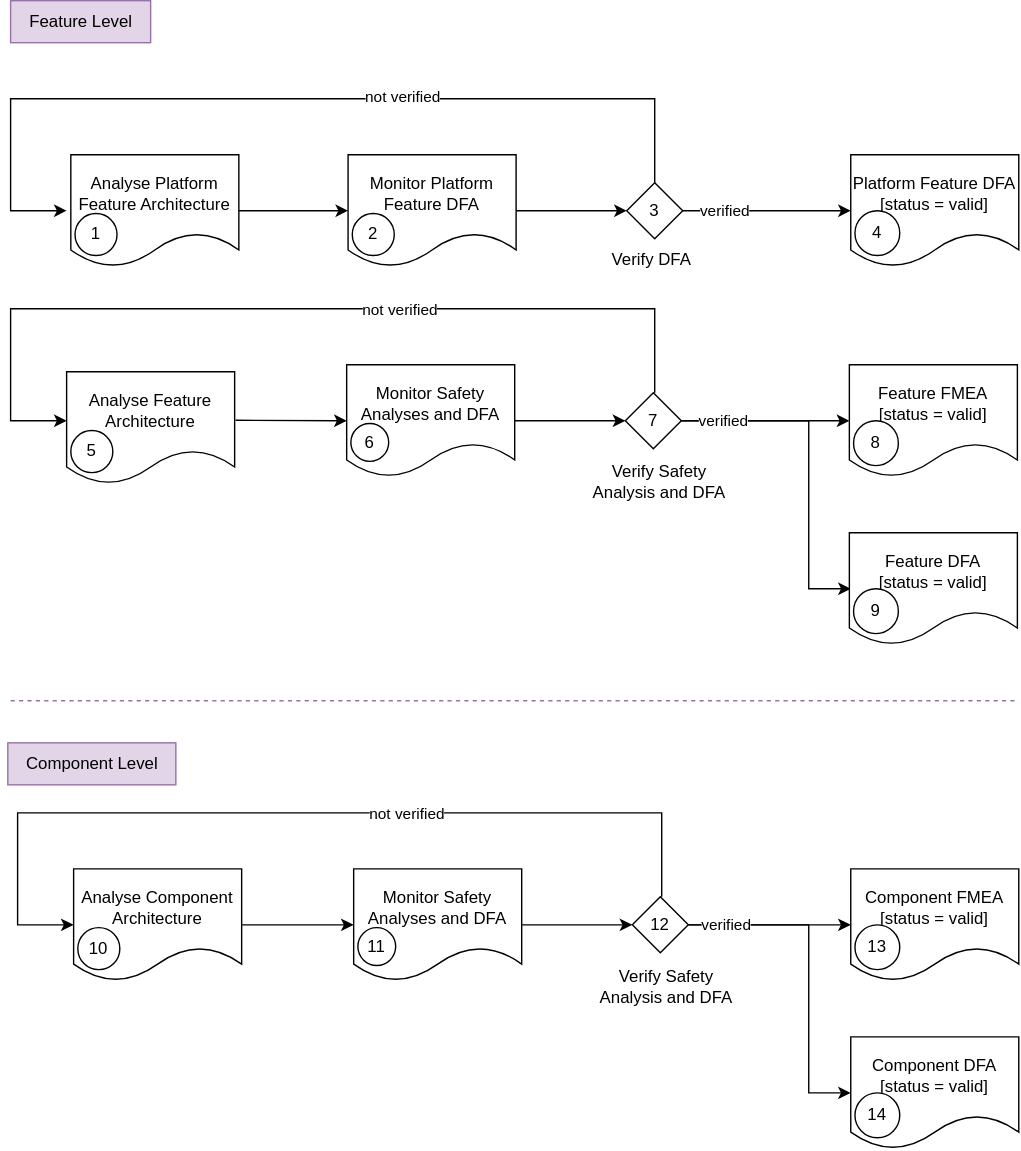
Earlier version of the draw.io export pr-54/_images/safety_analysis_workflow.drawio.svg (eclipse-score/process_description). Source tidied: cells renumbered, new cells last; positions are measured from the earlier drawing's top-left corner, leaving out a move shared by most shapes. Its diagram source:
```xml
<mxGraphModel>
  <root>
    <mxCell id="0" />
    <mxCell id="1" parent="0" />
    <mxCell id="2" style="edgeStyle=none;html=1;entryX=0;entryY=0.5;entryDx=0;entryDy=0;" parent="1" edge="1" source="3" target="12">
      <mxGeometry relative="1" as="geometry" />
    </mxCell>
    <mxCell id="3" value="Analyse Platform Feature Architecture" style="shape=document;whiteSpace=wrap;html=1;boundedLbl=1;" parent="1" vertex="1">
      <mxGeometry x="45" y="110" width="120" height="80" as="geometry" />
    </mxCell>
    <mxCell id="4" value="1" style="ellipse;whiteSpace=wrap;html=1;" parent="1" vertex="1">
      <mxGeometry x="48" y="152" width="30" height="30" as="geometry" />
    </mxCell>
    <mxCell id="5" value="Platform Feature DFA&lt;div&gt;[status = valid]&lt;/div&gt;" style="shape=document;whiteSpace=wrap;html=1;boundedLbl=1;" parent="1" vertex="1">
      <mxGeometry x="602" y="110" width="120" height="80" as="geometry" />
    </mxCell>
    <mxCell id="6" value="4" style="ellipse;whiteSpace=wrap;html=1;" parent="1" vertex="1">
      <mxGeometry x="605" y="150" width="32" height="32" as="geometry" />
    </mxCell>
    <mxCell id="7" value="verified" style="edgeStyle=none;html=1;entryX=0;entryY=0.5;entryDx=0;entryDy=0;" parent="1" edge="1" source="10" target="5">
      <mxGeometry x="-0.5" relative="1" as="geometry" />
    </mxCell>
    <mxCell id="8" style="edgeStyle=none;html=1;rounded=0;curved=0;" parent="1" edge="1" source="10">
      <mxGeometry relative="1" as="geometry">
        <mxPoint x="42" y="150" as="targetPoint" />
        <Array as="points">
          <mxPoint x="462" y="70" />
          <mxPoint x="2" y="70" />
          <mxPoint x="2" y="150" />
        </Array>
      </mxGeometry>
    </mxCell>
    <mxCell id="9" value="not verified" style="edgeLabel;html=1;align=center;verticalAlign=middle;" parent="8" vertex="1">
      <mxGeometry x="-0.49" y="-2" relative="1" as="geometry">
        <mxPoint x="-79" as="offset" />
      </mxGeometry>
    </mxCell>
    <mxCell id="10" value="3" style="rhombus;whiteSpace=wrap;html=1;" parent="1" vertex="1">
      <mxGeometry x="442" y="130" width="40" height="40" as="geometry" />
    </mxCell>
    <mxCell id="11" style="edgeStyle=none;html=1;entryX=0;entryY=0.5;entryDx=0;entryDy=0;" parent="1" edge="1" source="12" target="10">
      <mxGeometry relative="1" as="geometry" />
    </mxCell>
    <mxCell id="12" value="Monitor Platform Feature DFA" style="shape=document;whiteSpace=wrap;html=1;boundedLbl=1;" parent="1" vertex="1">
      <mxGeometry x="243" y="110" width="120" height="80" as="geometry" />
    </mxCell>
    <mxCell id="13" value="2" style="ellipse;whiteSpace=wrap;html=1;" parent="1" vertex="1">
      <mxGeometry x="246" y="152" width="30" height="30" as="geometry" />
    </mxCell>
    <mxCell id="14" value="Verify DFA" style="text;html=1;align=center;verticalAlign=middle;whiteSpace=wrap;rounded=0;" parent="1" vertex="1">
      <mxGeometry x="430" y="170" width="60" height="30" as="geometry" />
    </mxCell>
    <mxCell id="15" value="Feature Level" style="text;html=1;align=center;verticalAlign=middle;strokeColor=#9673a6;fillColor=#e1d5e7;" parent="1" vertex="1">
      <mxGeometry x="2" width="100" height="30" as="geometry" />
    </mxCell>
    <mxCell id="16" value="Component Level" style="text;html=1;align=center;verticalAlign=middle;strokeColor=#9673a6;fillColor=#e1d5e7;" parent="1" vertex="1">
      <mxGeometry y="530" width="120" height="30" as="geometry" />
    </mxCell>
    <mxCell id="17" style="endArrow=none;dashed=1;html=1;rounded=0;fillColor=#e1d5e7;strokeColor=#9673a6;" parent="1" edge="1">
      <mxGeometry relative="1" as="geometry">
        <mxPoint x="2" y="500" as="sourcePoint" />
        <mxPoint x="722" y="500" as="targetPoint" />
      </mxGeometry>
    </mxCell>
    <mxCell id="18" value="Analyse Feature Architecture" style="shape=document;whiteSpace=wrap;html=1;boundedLbl=1;" parent="1" vertex="1">
      <mxGeometry x="42" y="265" width="120" height="80" as="geometry" />
    </mxCell>
    <mxCell id="19" value="5" style="ellipse;whiteSpace=wrap;html=1;" parent="1" vertex="1">
      <mxGeometry x="45" y="307" width="30" height="30" as="geometry" />
    </mxCell>
    <mxCell id="20" style="edgeStyle=none;html=1;entryX=0;entryY=0.5;entryDx=0;entryDy=0;" parent="1" edge="1" source="21" target="43">
      <mxGeometry relative="1" as="geometry" />
    </mxCell>
    <mxCell id="21" value="Analyse Component Architecture" style="shape=document;whiteSpace=wrap;html=1;boundedLbl=1;" parent="1" vertex="1">
      <mxGeometry x="47" y="620" width="120" height="80" as="geometry" />
    </mxCell>
    <mxCell id="22" value="10" style="ellipse;whiteSpace=wrap;html=1;" parent="1" vertex="1">
      <mxGeometry x="50" y="662" width="30" height="30" as="geometry" />
    </mxCell>
    <mxCell id="23" value="Feature FMEA&lt;div&gt;[status = valid]&lt;/div&gt;" style="shape=document;whiteSpace=wrap;html=1;boundedLbl=1;" parent="1" vertex="1">
      <mxGeometry x="601" y="260" width="120" height="80" as="geometry" />
    </mxCell>
    <mxCell id="24" value="8" style="ellipse;whiteSpace=wrap;html=1;" parent="1" vertex="1">
      <mxGeometry x="604" y="300" width="32" height="32" as="geometry" />
    </mxCell>
    <mxCell id="25" style="edgeStyle=none;html=1;entryX=0;entryY=0.5;entryDx=0;entryDy=0;rounded=0;curved=0;" parent="1" edge="1" source="27" target="35">
      <mxGeometry relative="1" as="geometry">
        <Array as="points">
          <mxPoint x="572" y="300" />
          <mxPoint x="572" y="420" />
          <mxPoint x="602" y="420" />
        </Array>
      </mxGeometry>
    </mxCell>
    <mxCell id="26" value="verified" style="edgeStyle=none;html=1;entryX=0;entryY=0.5;entryDx=0;entryDy=0;labelBackgroundColor=default;" parent="1" edge="1" source="27" target="23">
      <mxGeometry x="-0.48" relative="1" as="geometry">
        <mxPoint x="-1" as="offset" />
      </mxGeometry>
    </mxCell>
    <mxCell id="27" value="7" style="rhombus;whiteSpace=wrap;html=1;" parent="1" vertex="1">
      <mxGeometry x="441" y="280" width="40" height="40" as="geometry" />
    </mxCell>
    <mxCell id="28" style="edgeStyle=none;html=1;entryX=0;entryY=0.5;entryDx=0;entryDy=0;" parent="1" edge="1" source="29" target="27">
      <mxGeometry relative="1" as="geometry" />
    </mxCell>
    <mxCell id="29" value="&lt;span style=&quot;color: rgb(0, 0, 0);&quot;&gt;Monitor Safety Analyses and DFA&lt;/span&gt;" style="shape=document;whiteSpace=wrap;html=1;boundedLbl=1;" parent="1" vertex="1">
      <mxGeometry x="242" y="260" width="120" height="80" as="geometry" />
    </mxCell>
    <mxCell id="30" value="6" style="ellipse;whiteSpace=wrap;html=1;" parent="1" vertex="1">
      <mxGeometry x="245" y="302" width="27" height="27" as="geometry" />
    </mxCell>
    <mxCell id="31" value="Verify Safety Analysis and DFA" style="text;html=1;align=center;verticalAlign=middle;whiteSpace=wrap;rounded=0;fillColor=default;" parent="1" vertex="1">
      <mxGeometry x="412" y="329" width="107" height="30" as="geometry" />
    </mxCell>
    <mxCell id="32" style="edgeStyle=none;html=1;rounded=0;curved=0;" parent="1" edge="1">
      <mxGeometry relative="1" as="geometry">
        <mxPoint x="462" y="280" as="sourcePoint" />
        <mxPoint x="42" y="300" as="targetPoint" />
        <Array as="points">
          <mxPoint x="462" y="220" />
          <mxPoint x="2" y="220" />
          <mxPoint x="2" y="300" />
        </Array>
      </mxGeometry>
    </mxCell>
    <mxCell id="33" value="not verified" style="edgeLabel;html=1;align=center;verticalAlign=middle;" parent="32" vertex="1">
      <mxGeometry x="-0.24" relative="1" as="geometry">
        <mxPoint x="-1" as="offset" />
      </mxGeometry>
    </mxCell>
    <mxCell id="34" style="edgeStyle=none;html=1;exitX=1.005;exitY=0.433;exitDx=0;exitDy=0;exitPerimeter=0;entryX=0;entryY=0.5;entryDx=0;entryDy=0;" parent="1" edge="1" source="18" target="29">
      <mxGeometry relative="1" as="geometry" />
    </mxCell>
    <mxCell id="35" value="Feature DFA&lt;div&gt;[status = valid]&lt;/div&gt;" style="shape=document;whiteSpace=wrap;html=1;boundedLbl=1;" parent="1" vertex="1">
      <mxGeometry x="601" y="380" width="120" height="80" as="geometry" />
    </mxCell>
    <mxCell id="36" value="9" style="ellipse;whiteSpace=wrap;html=1;" parent="1" vertex="1">
      <mxGeometry x="604" y="420" width="32" height="32" as="geometry" />
    </mxCell>
    <mxCell id="37" value="Component FMEA&lt;div&gt;[status = valid]&lt;/div&gt;" style="shape=document;whiteSpace=wrap;html=1;boundedLbl=1;" parent="1" vertex="1">
      <mxGeometry x="602" y="620" width="120" height="80" as="geometry" />
    </mxCell>
    <mxCell id="38" value="13" style="ellipse;whiteSpace=wrap;html=1;" parent="1" vertex="1">
      <mxGeometry x="605" y="660" width="32" height="32" as="geometry" />
    </mxCell>
    <mxCell id="39" style="edgeStyle=none;html=1;entryX=0;entryY=0.5;entryDx=0;entryDy=0;rounded=0;curved=0;" parent="1" edge="1" source="41" target="48">
      <mxGeometry relative="1" as="geometry">
        <Array as="points">
          <mxPoint x="572" y="660" />
          <mxPoint x="572" y="780" />
          <mxPoint x="602" y="780" />
        </Array>
      </mxGeometry>
    </mxCell>
    <mxCell id="40" value="verified" style="edgeStyle=none;html=1;entryX=0;entryY=0.5;entryDx=0;entryDy=0;" parent="1" edge="1" source="41" target="37">
      <mxGeometry x="-0.55" relative="1" as="geometry">
        <mxPoint x="1" as="offset" />
      </mxGeometry>
    </mxCell>
    <mxCell id="41" value="12" style="rhombus;whiteSpace=wrap;html=1;" parent="1" vertex="1">
      <mxGeometry x="446" y="640" width="40" height="40" as="geometry" />
    </mxCell>
    <mxCell id="42" style="edgeStyle=none;html=1;entryX=0;entryY=0.5;entryDx=0;entryDy=0;" parent="1" edge="1" source="43" target="41">
      <mxGeometry relative="1" as="geometry" />
    </mxCell>
    <mxCell id="43" value="&lt;span style=&quot;color: rgb(0, 0, 0);&quot;&gt;Monitor Safety Analyses and DFA&lt;/span&gt;" style="shape=document;whiteSpace=wrap;html=1;boundedLbl=1;" parent="1" vertex="1">
      <mxGeometry x="247" y="620" width="120" height="80" as="geometry" />
    </mxCell>
    <mxCell id="44" value="11" style="ellipse;whiteSpace=wrap;html=1;" parent="1" vertex="1">
      <mxGeometry x="250" y="662" width="27" height="27" as="geometry" />
    </mxCell>
    <mxCell id="45" value="Verify Safety Analysis and DFA" style="text;html=1;align=center;verticalAlign=middle;whiteSpace=wrap;rounded=0;fillColor=default;" parent="1" vertex="1">
      <mxGeometry x="417" y="689" width="107" height="30" as="geometry" />
    </mxCell>
    <mxCell id="46" style="edgeStyle=none;html=1;rounded=0;curved=0;" parent="1" edge="1">
      <mxGeometry relative="1" as="geometry">
        <mxPoint x="467" y="640" as="sourcePoint" />
        <mxPoint x="47" y="660" as="targetPoint" />
        <Array as="points">
          <mxPoint x="467" y="580" />
          <mxPoint x="7" y="580" />
          <mxPoint x="7" y="660" />
        </Array>
      </mxGeometry>
    </mxCell>
    <mxCell id="47" value="not verified" style="edgeLabel;html=1;align=center;verticalAlign=middle;" parent="46" vertex="1">
      <mxGeometry x="-0.24" relative="1" as="geometry">
        <mxPoint x="-1" as="offset" />
      </mxGeometry>
    </mxCell>
    <mxCell id="48" value="Component DFA&lt;div&gt;[status = valid]&lt;/div&gt;" style="shape=document;whiteSpace=wrap;html=1;boundedLbl=1;" parent="1" vertex="1">
      <mxGeometry x="602" y="740" width="120" height="80" as="geometry" />
    </mxCell>
    <mxCell id="49" value="14" style="ellipse;whiteSpace=wrap;html=1;" parent="1" vertex="1">
      <mxGeometry x="605" y="780" width="32" height="32" as="geometry" />
    </mxCell>
  </root>
</mxGraphModel>
```
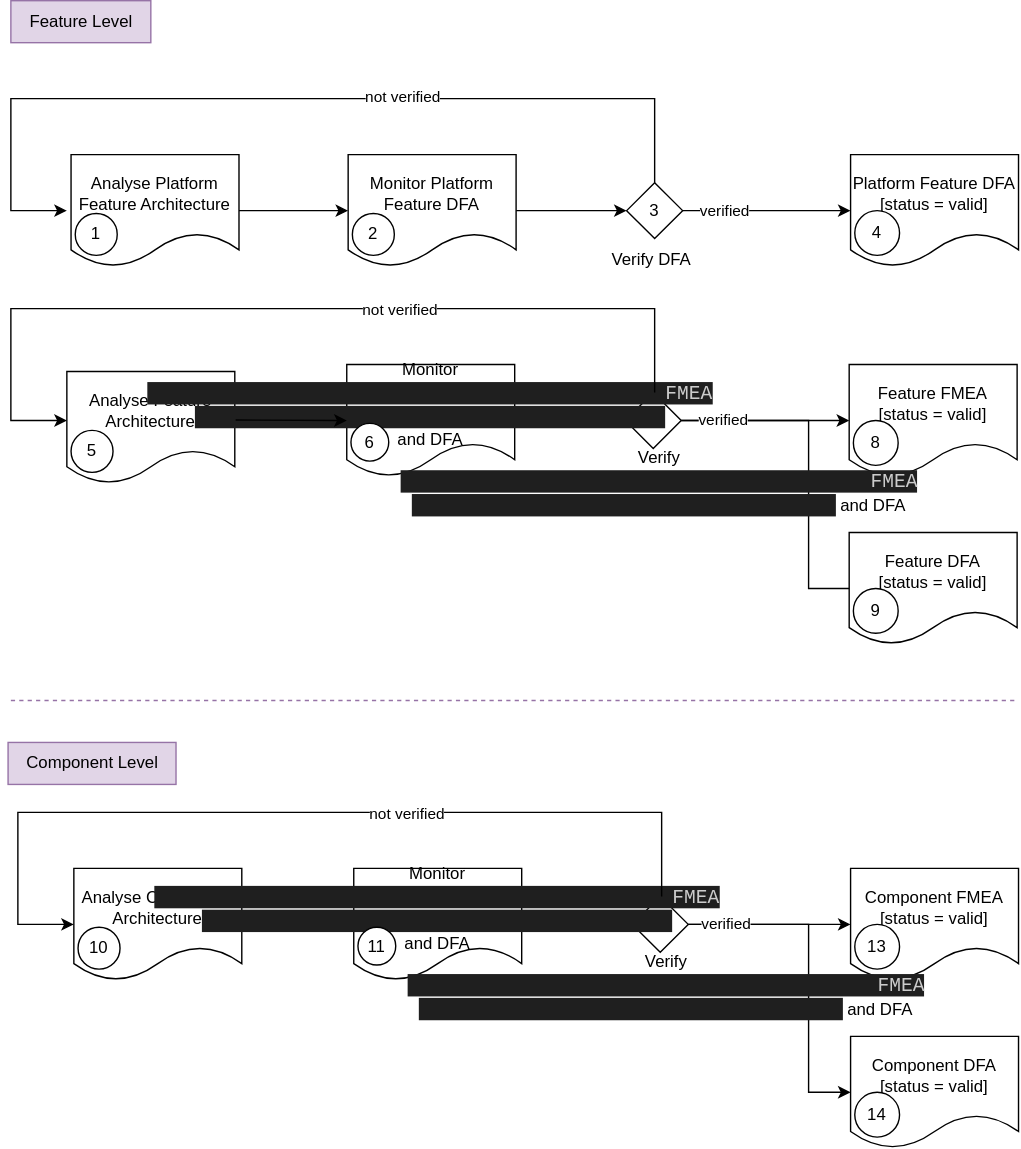
After the commit.

Change to the diagram source:
```diff
@@ -103,13 +103,13 @@
     <mxCell id="28" style="edgeStyle=none;html=1;entryX=0;entryY=0.5;entryDx=0;entryDy=0;" parent="1" edge="1" source="29" target="27">
       <mxGeometry relative="1" as="geometry" />
     </mxCell>
-    <mxCell id="29" value="&lt;span style=&quot;color: rgb(0, 0, 0);&quot;&gt;Monitor Safety Analyses and DFA&lt;/span&gt;" style="shape=document;whiteSpace=wrap;html=1;boundedLbl=1;" parent="1" vertex="1">
+    <mxCell id="29" value="&lt;span style=&quot;color: rgb(0, 0, 0);&quot;&gt;Monitor&amp;nbsp;&lt;span style=&quot;color: rgb(204, 204, 204); background-color: rgb(31, 31, 31); font-family: Consolas, &amp;quot;Courier New&amp;quot;, monospace; font-size: 14px; white-space: pre;&quot;&gt;FMEA&lt;/span&gt;&lt;br&gt;&lt;/span&gt;&lt;span style=&quot;background-color: transparent;&quot;&gt;&amp;nbsp;and DFA&lt;/span&gt;" style="shape=document;whiteSpace=wrap;html=1;boundedLbl=1;" parent="1" vertex="1">
       <mxGeometry x="242" y="260" width="120" height="80" as="geometry" />
     </mxCell>
     <mxCell id="30" value="6" style="ellipse;whiteSpace=wrap;html=1;" parent="1" vertex="1">
       <mxGeometry x="245" y="302" width="27" height="27" as="geometry" />
     </mxCell>
-    <mxCell id="31" value="Verify Safety Analysis and DFA" style="text;html=1;align=center;verticalAlign=middle;whiteSpace=wrap;rounded=0;fillColor=default;" parent="1" vertex="1">
+    <mxCell id="31" value="Verify&amp;nbsp;&lt;span style=&quot;color: rgb(204, 204, 204); background-color: rgb(31, 31, 31); font-family: Consolas, &amp;quot;Courier New&amp;quot;, monospace; font-size: 14px; white-space: pre;&quot;&gt;FMEA&lt;/span&gt;&lt;span style=&quot;background-color: transparent;&quot;&gt;&amp;nbsp;and DFA&lt;/span&gt;" style="text;html=1;align=center;verticalAlign=middle;whiteSpace=wrap;rounded=0;fillColor=default;" parent="1" vertex="1">
       <mxGeometry x="412" y="329" width="107" height="30" as="geometry" />
     </mxCell>
     <mxCell id="32" style="edgeStyle=none;html=1;rounded=0;curved=0;" parent="1" edge="1">
@@ -163,13 +163,13 @@
     <mxCell id="42" style="edgeStyle=none;html=1;entryX=0;entryY=0.5;entryDx=0;entryDy=0;" parent="1" edge="1" source="43" target="41">
       <mxGeometry relative="1" as="geometry" />
     </mxCell>
-    <mxCell id="43" value="&lt;span style=&quot;color: rgb(0, 0, 0);&quot;&gt;Monitor Safety Analyses and DFA&lt;/span&gt;" style="shape=document;whiteSpace=wrap;html=1;boundedLbl=1;" parent="1" vertex="1">
+    <mxCell id="43" value="&lt;span style=&quot;color: rgb(0, 0, 0);&quot;&gt;Monitor&amp;nbsp;&lt;span style=&quot;color: rgb(204, 204, 204); background-color: rgb(31, 31, 31); font-family: Consolas, &amp;quot;Courier New&amp;quot;, monospace; font-size: 14px; white-space: pre;&quot;&gt;FMEA&lt;/span&gt;&lt;br&gt;&lt;/span&gt;&lt;span style=&quot;background-color: transparent;&quot;&gt;&amp;nbsp;and DFA&lt;/span&gt;" style="shape=document;whiteSpace=wrap;html=1;boundedLbl=1;" parent="1" vertex="1">
       <mxGeometry x="247" y="620" width="120" height="80" as="geometry" />
     </mxCell>
     <mxCell id="44" value="11" style="ellipse;whiteSpace=wrap;html=1;" parent="1" vertex="1">
       <mxGeometry x="250" y="662" width="27" height="27" as="geometry" />
     </mxCell>
-    <mxCell id="45" value="Verify Safety Analysis and DFA" style="text;html=1;align=center;verticalAlign=middle;whiteSpace=wrap;rounded=0;fillColor=default;" parent="1" vertex="1">
+    <mxCell id="45" value="Verify&amp;nbsp;&lt;span style=&quot;color: rgb(204, 204, 204); background-color: rgb(31, 31, 31); font-family: Consolas, &amp;quot;Courier New&amp;quot;, monospace; font-size: 14px; white-space: pre;&quot;&gt;FMEA&lt;/span&gt;&lt;span style=&quot;background-color: transparent;&quot;&gt;&amp;nbsp;and DFA&lt;/span&gt;" style="text;html=1;align=center;verticalAlign=middle;whiteSpace=wrap;rounded=0;fillColor=default;" parent="1" vertex="1">
       <mxGeometry x="417" y="689" width="107" height="30" as="geometry" />
     </mxCell>
     <mxCell id="46" style="edgeStyle=none;html=1;rounded=0;curved=0;" parent="1" edge="1">
```
